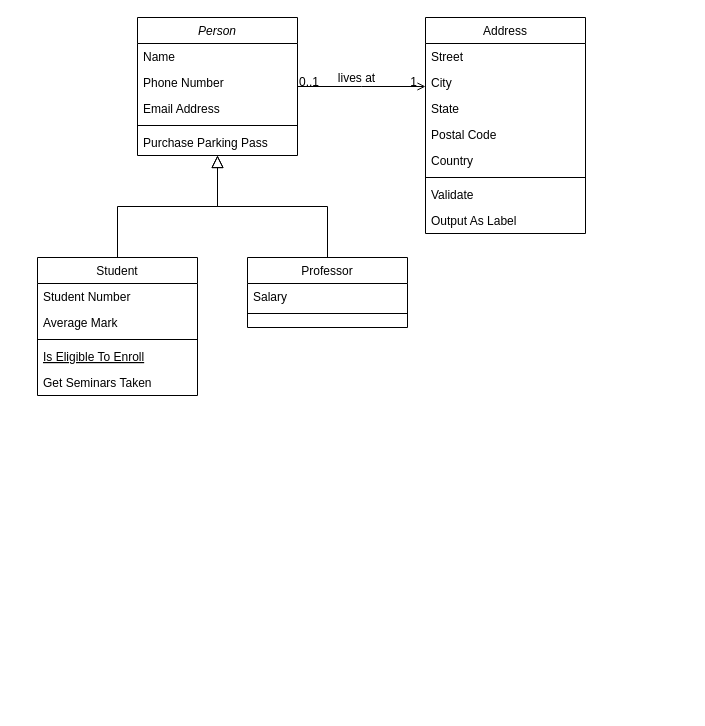
The draw.io diagram GameDevClass.drawio in gzhao01/Diagrams, before the edit. Source tidied: cells renumbered, new cells numbered last; positions are measured from the earlier drawing's top-left corner, leaving out a move shared by most shapes. Both pictures are drawn from the tidied source at 100%, with x=0, y=0 at pixel (37, 17).
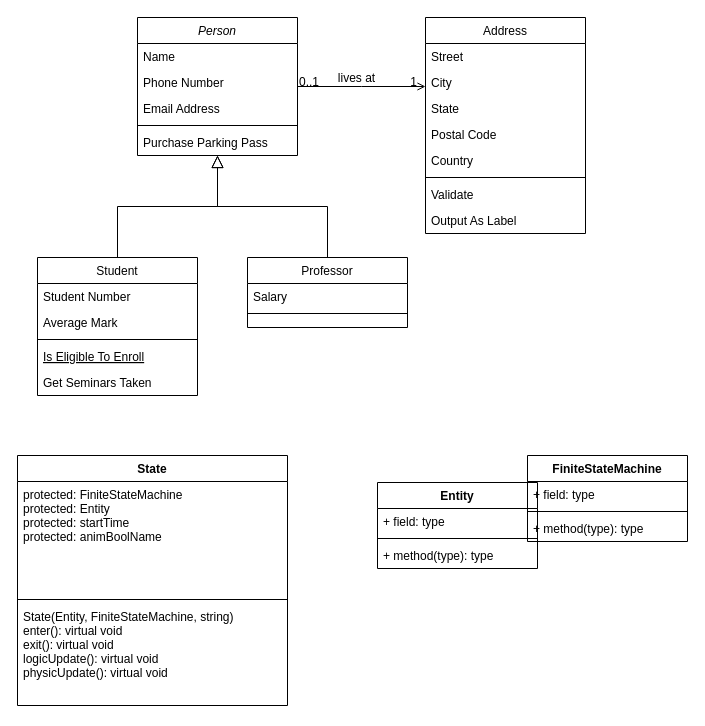
Above is the later version.

Change to the diagram source:
```diff
@@
+    <mxCell id="32" value="State" style="swimlane;fontStyle=1;align=center;verticalAlign=top;horizontal=1;startSize=26;" parent="1" vertex="1">
+      <mxGeometry x="-20" y="438" width="270" height="250" as="geometry" />
+    </mxCell>
+    <mxCell id="33" value="protected: FiniteStateMachine&#10;protected: Entity&#10;protected: startTime&#10;protected: animBoolName&#10;" style="text;strokeColor=none;fillColor=none;align=left;verticalAlign=top;spacingLeft=4;spacingRight=4;overflow=hidden;" parent="32" vertex="1">
+      <mxGeometry y="26" width="270" height="114" as="geometry" />
+    </mxCell>
+    <mxCell id="34" style="line;strokeWidth=1;fillColor=none;align=left;verticalAlign=middle;spacingTop=-1;spacingLeft=3;spacingRight=3;labelPosition=right;" parent="32" vertex="1">
+      <mxGeometry y="140" width="270" height="8" as="geometry" />
+    </mxCell>
+    <mxCell id="35" value="State(Entity, FiniteStateMachine, string)&#10;enter(): virtual void&#10;exit(): virtual void&#10;logicUpdate(): virtual void&#10;physicUpdate(): virtual void" style="text;strokeColor=none;fillColor=none;align=left;verticalAlign=top;spacingLeft=4;spacingRight=4;overflow=hidden;" parent="32" vertex="1">
+      <mxGeometry y="148" width="270" height="102" as="geometry" />
+    </mxCell>
+    <mxCell id="36" value="Entity" style="swimlane;fontStyle=1;align=center;verticalAlign=top;horizontal=1;startSize=26;" parent="1" vertex="1">
+      <mxGeometry x="340" y="465" width="160" height="86" as="geometry" />
+    </mxCell>
+    <mxCell id="37" value="+ field: type" style="text;strokeColor=none;fillColor=none;align=left;verticalAlign=top;spacingLeft=4;spacingRight=4;overflow=hidden;" parent="36" vertex="1">
+      <mxGeometry y="26" width="160" height="26" as="geometry" />
+    </mxCell>
+    <mxCell id="38" style="line;strokeWidth=1;fillColor=none;align=left;verticalAlign=middle;spacingTop=-1;spacingLeft=3;spacingRight=3;labelPosition=right;" parent="36" vertex="1">
+      <mxGeometry y="52" width="160" height="8" as="geometry" />
+    </mxCell>
+    <mxCell id="39" value="+ method(type): type" style="text;strokeColor=none;fillColor=none;align=left;verticalAlign=top;spacingLeft=4;spacingRight=4;overflow=hidden;" parent="36" vertex="1">
+      <mxGeometry y="60" width="160" height="26" as="geometry" />
+    </mxCell>
+    <mxCell id="40" value="FiniteStateMachine" style="swimlane;fontStyle=1;align=center;verticalAlign=top;horizontal=1;startSize=26;" parent="1" vertex="1">
+      <mxGeometry x="490" y="438" width="160" height="86" as="geometry" />
+    </mxCell>
+    <mxCell id="41" value="+ field: type" style="text;strokeColor=none;fillColor=none;align=left;verticalAlign=top;spacingLeft=4;spacingRight=4;overflow=hidden;" parent="40" vertex="1">
+      <mxGeometry y="26" width="160" height="26" as="geometry" />
+    </mxCell>
+    <mxCell id="42" style="line;strokeWidth=1;fillColor=none;align=left;verticalAlign=middle;spacingTop=-1;spacingLeft=3;spacingRight=3;labelPosition=right;" parent="40" vertex="1">
+      <mxGeometry y="52" width="160" height="8" as="geometry" />
+    </mxCell>
+    <mxCell id="43" value="+ method(type): type" style="text;strokeColor=none;fillColor=none;align=left;verticalAlign=top;spacingLeft=4;spacingRight=4;overflow=hidden;" parent="40" vertex="1">
+      <mxGeometry y="60" width="160" height="26" as="geometry" />
+    </mxCell>
```
